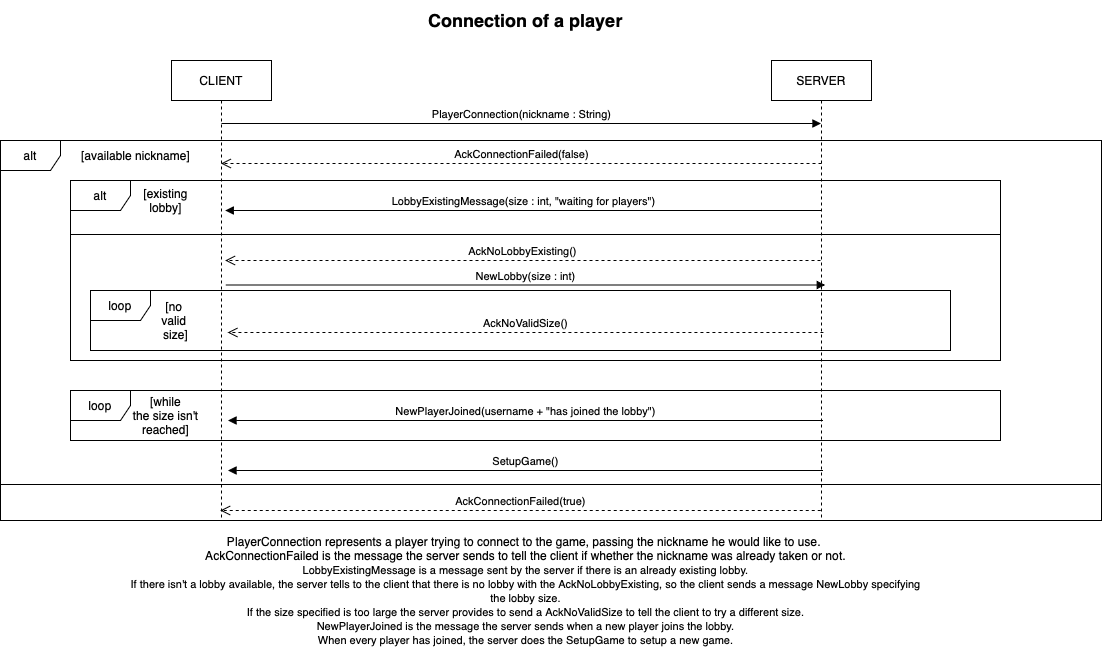
RogerTWS02/ing-sw-2024-Esposito-Falzoni-Frisone-Grassi keeps this draw.io diagram as deliverables/Connection.png. Above is the earlier version. Source tidied: cells renumbered, new cells last; positions are measured from the earlier drawing's top-left corner, leaving out a move shared by most shapes.
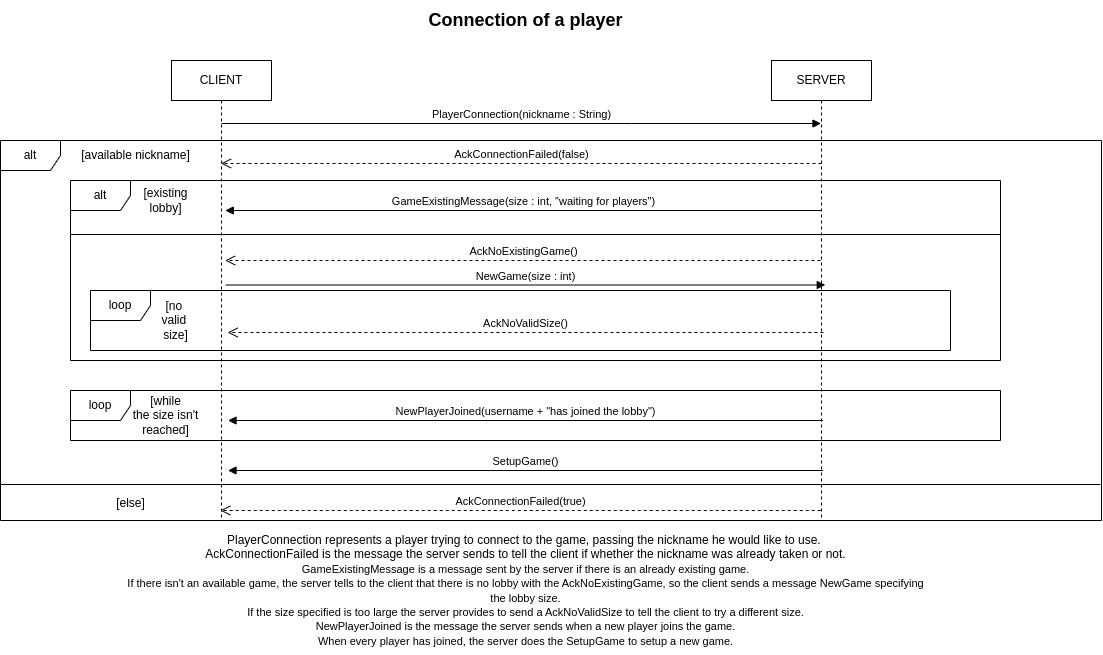
The same diagram one commit later.

Change to the diagram source:
```diff
@@ -23,21 +23,21 @@
         <mxPoint x="220.5" y="163" as="targetPoint" />
       </mxGeometry>
     </mxCell>
-    <mxCell id="6" value="PlayerConnection represents a player trying to connect to the game, passing the nickname he would like to use.&amp;nbsp;&lt;div&gt;AckConnectionFailed is the message the server sends to tell the client if whether the nickname was already taken or not.&lt;/div&gt;&lt;div&gt;&lt;span style=&quot;font-size: 11px; background-color: rgb(255, 255, 255);&quot;&gt;LobbyExistingMessage is a message sent by the server if there is an already existing lobby.&lt;/span&gt;&lt;/div&gt;&lt;div&gt;&lt;span style=&quot;font-size: 11px; background-color: rgb(255, 255, 255);&quot;&gt;If there isn't a lobby available, the server tells to the client that there is no lobby with the AckNoLobbyExisting, so the client sends a message NewLobby&amp;nbsp;&lt;/span&gt;&lt;span style=&quot;font-size: 11px;&quot;&gt;specifying&lt;/span&gt;&lt;/div&gt;&lt;div&gt;&lt;span style=&quot;font-size: 11px;&quot;&gt;the lobby size.&lt;/span&gt;&lt;/div&gt;&lt;div&gt;&lt;span style=&quot;font-size: 11px;&quot;&gt;If the size specified is too large the server provides to send a AckNoValidSize to tell the client to try a different size.&lt;/span&gt;&lt;/div&gt;&lt;div&gt;&lt;span style=&quot;font-size: 11px; background-color: rgb(255, 255, 255);&quot;&gt;NewPlayerJoined is the message the server sends when a new player joins the lobby.&lt;/span&gt;&lt;span style=&quot;font-size: 11px;&quot;&gt;&lt;br&gt;&lt;/span&gt;&lt;/div&gt;&lt;div&gt;&lt;span style=&quot;background-color: rgb(255, 255, 255);&quot;&gt;&lt;span style=&quot;font-size: 11px;&quot;&gt;When every player has joined, the server does the SetupGame to setup a new game.&lt;/span&gt;&lt;/span&gt;&lt;/div&gt;" style="text;html=1;align=center;verticalAlign=middle;strokeColor=none;fillColor=none;" parent="1" vertex="1">
-      <mxGeometry x="120" y="525" width="810" height="130" as="geometry" />
+    <mxCell id="6" value="PlayerConnection represents a player trying to connect to the game, passing the nickname he would like to use.&amp;nbsp;&lt;div&gt;AckConnectionFailed is the message the server sends to tell the client if whether the nickname was already taken or not.&lt;/div&gt;&lt;div&gt;&lt;span style=&quot;font-size: 11px; background-color: rgb(255, 255, 255);&quot;&gt;GameExistingMessage is a message sent by the server if there is an already existing game.&lt;/span&gt;&lt;/div&gt;&lt;div&gt;&lt;span style=&quot;font-size: 11px; background-color: rgb(255, 255, 255);&quot;&gt;If there isn't an available game, the server tells to the client that there is no lobby with the AckNoExistingGame, so the client sends a message NewGame&amp;nbsp;&lt;/span&gt;&lt;span style=&quot;font-size: 11px;&quot;&gt;specifying&lt;/span&gt;&lt;/div&gt;&lt;div&gt;&lt;span style=&quot;font-size: 11px;&quot;&gt;the lobby size.&lt;/span&gt;&lt;/div&gt;&lt;div&gt;&lt;span style=&quot;font-size: 11px;&quot;&gt;If the size specified is too large the server provides to send a AckNoValidSize to tell the client to try a different size.&lt;/span&gt;&lt;/div&gt;&lt;div&gt;&lt;span style=&quot;font-size: 11px; background-color: rgb(255, 255, 255);&quot;&gt;NewPlayerJoined is the message the server sends when a new player joins the game.&lt;/span&gt;&lt;span style=&quot;font-size: 11px;&quot;&gt;&lt;br&gt;&lt;/span&gt;&lt;/div&gt;&lt;div&gt;&lt;span style=&quot;background-color: rgb(255, 255, 255);&quot;&gt;&lt;span style=&quot;font-size: 11px;&quot;&gt;When every player has joined, the server does the SetupGame to setup a new game.&lt;/span&gt;&lt;/span&gt;&lt;/div&gt;" style="text;html=1;align=center;verticalAlign=middle;strokeColor=none;fillColor=none;" parent="1" vertex="1">
+      <mxGeometry x="150" y="525" width="750" height="130" as="geometry" />
     </mxCell>
-    <mxCell id="7" value="LobbyExistingMessage(size : int, &quot;waiting for players&quot;)" style="html=1;verticalAlign=bottom;endArrow=block;curved=0;rounded=0;" parent="1" edge="1" source="3">
+    <mxCell id="7" value="GameExistingMessage(size : int, &quot;waiting for players&quot;)" style="html=1;verticalAlign=bottom;endArrow=block;curved=0;rounded=0;" parent="1" edge="1" source="3">
       <mxGeometry relative="1" as="geometry">
         <mxPoint x="224.8" y="210" as="targetPoint" />
       </mxGeometry>
     </mxCell>
-    <mxCell id="8" value="NewLobby(size : int)" style="html=1;verticalAlign=bottom;endArrow=block;curved=0;rounded=0;" parent="1" edge="1">
+    <mxCell id="8" value="NewGame(size : int)" style="html=1;verticalAlign=bottom;endArrow=block;curved=0;rounded=0;" parent="1" edge="1">
       <mxGeometry relative="1" as="geometry">
         <mxPoint x="225.2" y="284.5" as="sourcePoint" />
         <mxPoint x="824.8" y="284.5" as="targetPoint" />
       </mxGeometry>
     </mxCell>
-    <mxCell id="9" value="AckNoLobbyExisting()" style="html=1;verticalAlign=bottom;endArrow=open;dashed=1;endSize=8;curved=0;rounded=0;" parent="1" edge="1">
+    <mxCell id="9" value="AckNoExistingGame()" style="html=1;verticalAlign=bottom;endArrow=open;dashed=1;endSize=8;curved=0;rounded=0;" parent="1" edge="1">
       <mxGeometry relative="1" as="geometry">
         <mxPoint x="820" y="260" as="sourcePoint" />
         <mxPoint x="224.7" y="260" as="targetPoint" />
@@ -100,5 +100,8 @@
     <mxCell id="24" value="&lt;font style=&quot;font-size: 18px;&quot;&gt;Connection of a player&lt;/font&gt;" style="text;align=center;fontStyle=1;verticalAlign=middle;spacingLeft=3;spacingRight=3;strokeColor=none;html=1;" parent="1" vertex="1">
       <mxGeometry x="360" width="330" height="40" as="geometry" />
     </mxCell>
+    <mxCell id="25" value="[else]" style="text;html=1;align=center;verticalAlign=middle;strokeColor=none;fillColor=none;" parent="1" vertex="1">
+      <mxGeometry x="105" y="488" width="50" height="30" as="geometry" />
+    </mxCell>
   </root>
 </mxGraphModel>
```
